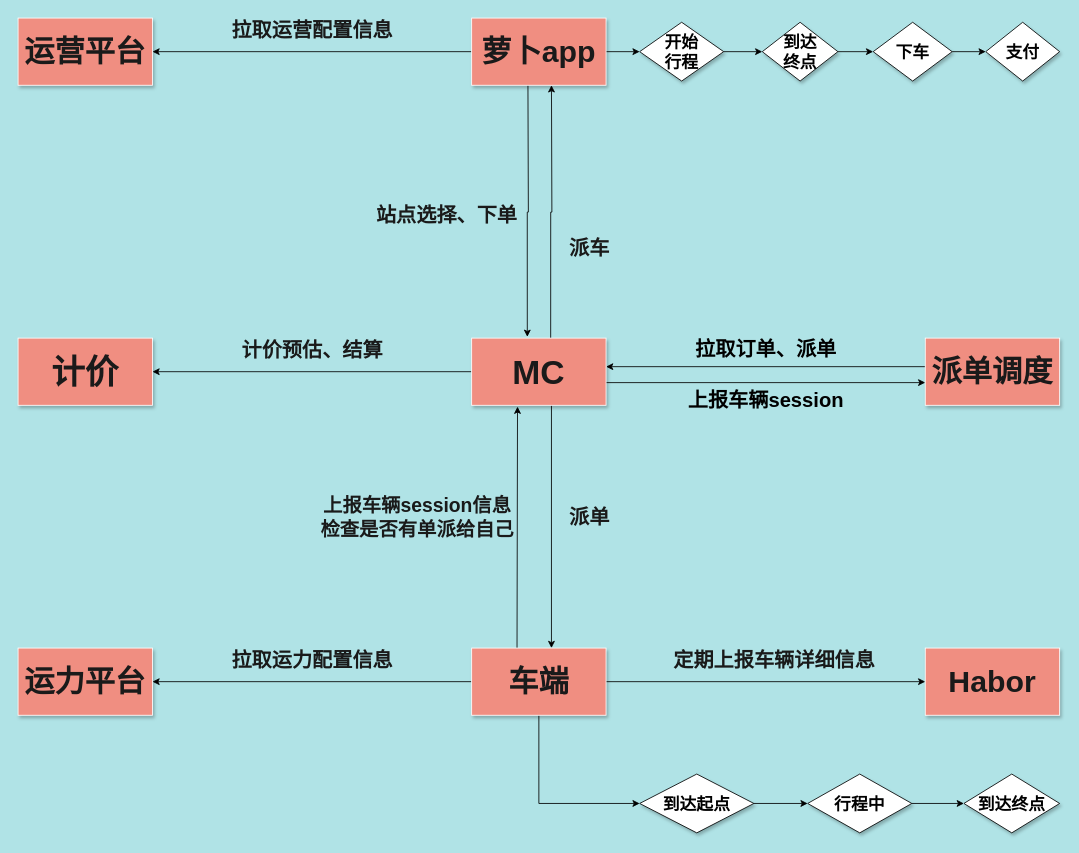
The draw.io diagram page "Page-2" (2 of 2) of Apollo.drawio in Christings/wechat, before the edit. Source tidied: cells renumbered, new cells numbered last; positions are measured from the earlier drawing's top-left corner, leaving out a move shared by most shapes. Both pictures are drawn from the tidied source at 84%, with x=0, y=0 at pixel (18, 18).
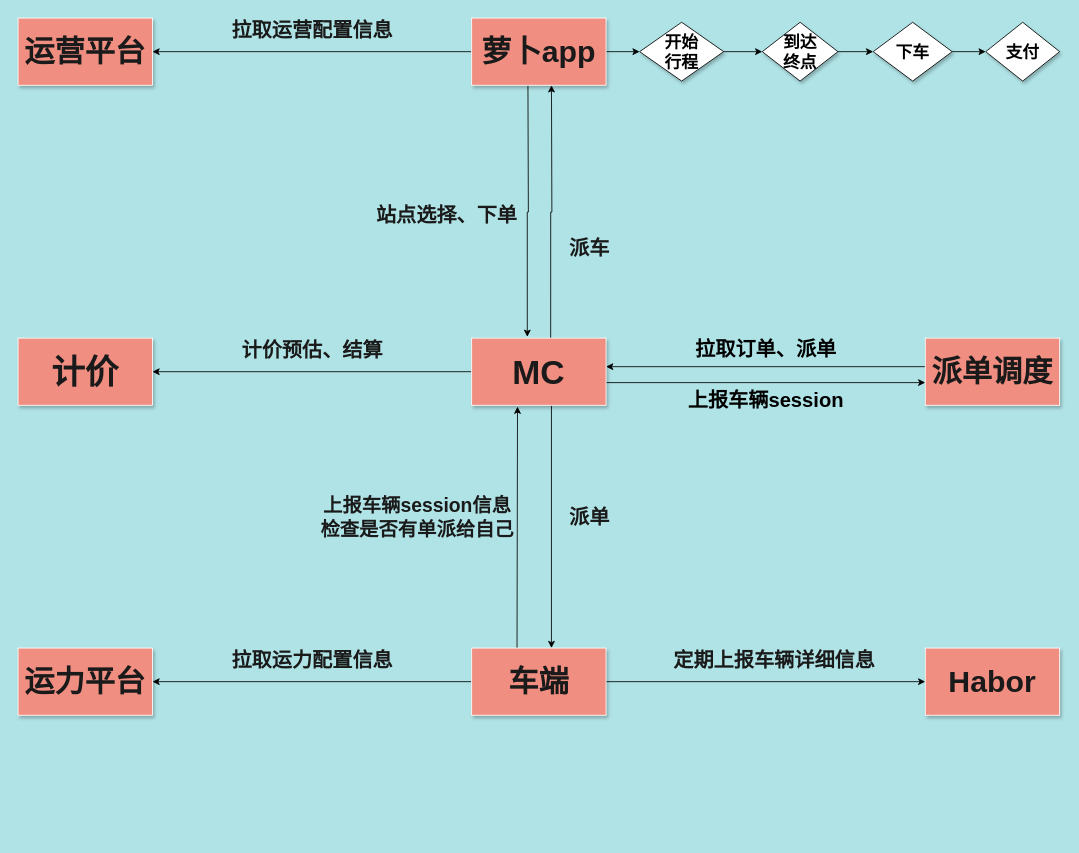
The same page after the edit.

Unchanged cells that the change refers to:
```xml
<mxCell id="19" value="&lt;font style=&quot;font-size: 36px;&quot;&gt;车端&lt;/font&gt;" style="rounded=0;whiteSpace=wrap;html=1;shadow=1;labelBackgroundColor=none;strokeWidth=1;fontFamily=Helvetica;fontSize=36;align=center;fontStyle=1;strokeColor=#FFFFFF;fillColor=#F08E81;fontColor=#1A1A1A;" parent="1" vertex="1">
  <mxGeometry x="540" y="750" width="160" height="80" as="geometry" />
</mxCell>
```

Change to the diagram source:
```diff
@@
-    <mxCell id="4" style="edgeStyle=orthogonalEdgeStyle;rounded=0;jettySize=auto;html=1;fontSize=20;fontStyle=1;labelBackgroundColor=#B0E3E6;fontColor=#1A1A1A;fontFamily=Helvetica;" parent="1" edge="1" source="5" target="10">
-      <mxGeometry relative="1" as="geometry" />
-    </mxCell>
-    <mxCell id="5" value="到达起点" style="rhombus;whiteSpace=wrap;html=1;rounded=0;shadow=1;labelBackgroundColor=none;strokeWidth=1;fontFamily=Helvetica;fontSize=20;align=center;fontStyle=1;" parent="1" vertex="1">
-      <mxGeometry x="740" y="900" width="136" height="70" as="geometry" />
-    </mxCell>
@@
-    <mxCell id="9" style="edgeStyle=orthogonalEdgeStyle;rounded=0;jettySize=auto;html=1;fontSize=20;fontStyle=1;labelBackgroundColor=#B0E3E6;fontColor=#1A1A1A;fontFamily=Helvetica;" parent="1" edge="1" source="10" target="11">
-      <mxGeometry relative="1" as="geometry" />
-    </mxCell>
-    <mxCell id="10" value="行程中" style="rhombus;whiteSpace=wrap;html=1;rounded=0;shadow=1;labelBackgroundColor=none;strokeWidth=1;fontFamily=Helvetica;fontSize=20;align=center;fontStyle=1;" parent="1" vertex="1">
-      <mxGeometry x="940" y="900" width="124" height="70" as="geometry" />
-    </mxCell>
-    <mxCell id="11" value="到达终点" style="rhombus;whiteSpace=wrap;html=1;rounded=0;shadow=1;labelBackgroundColor=none;strokeWidth=1;fontFamily=Helvetica;fontSize=20;align=center;fontStyle=1;" parent="1" vertex="1">
-      <mxGeometry x="1126" y="900" width="114" height="70" as="geometry" />
-    </mxCell>
@@
-    <mxCell id="18" style="edgeStyle=orthogonalEdgeStyle;rounded=0;jettySize=auto;html=1;exitX=0.5;exitY=1;exitDx=0;exitDy=0;entryX=0;entryY=0.5;entryDx=0;entryDy=0;fontFamily=Helvetica;fontSize=20;" parent="1" edge="1" source="19" target="5">
-      <mxGeometry relative="1" as="geometry" />
-    </mxCell>
```
